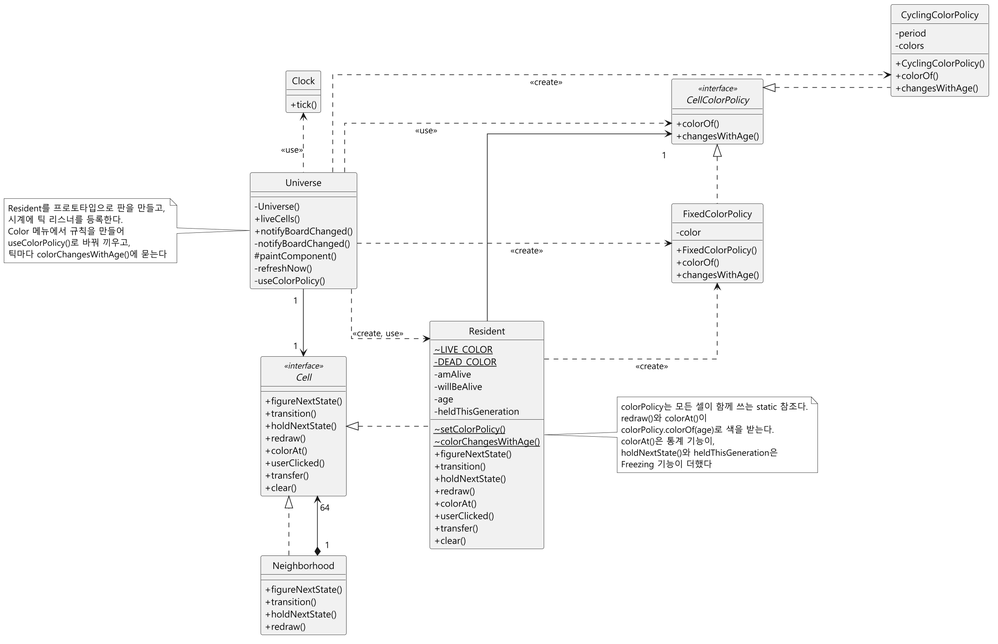
The PlantUML diagram docs/color-gen/diagrams/class-after.png in mckimR1972/DP_team_project, before a commit.
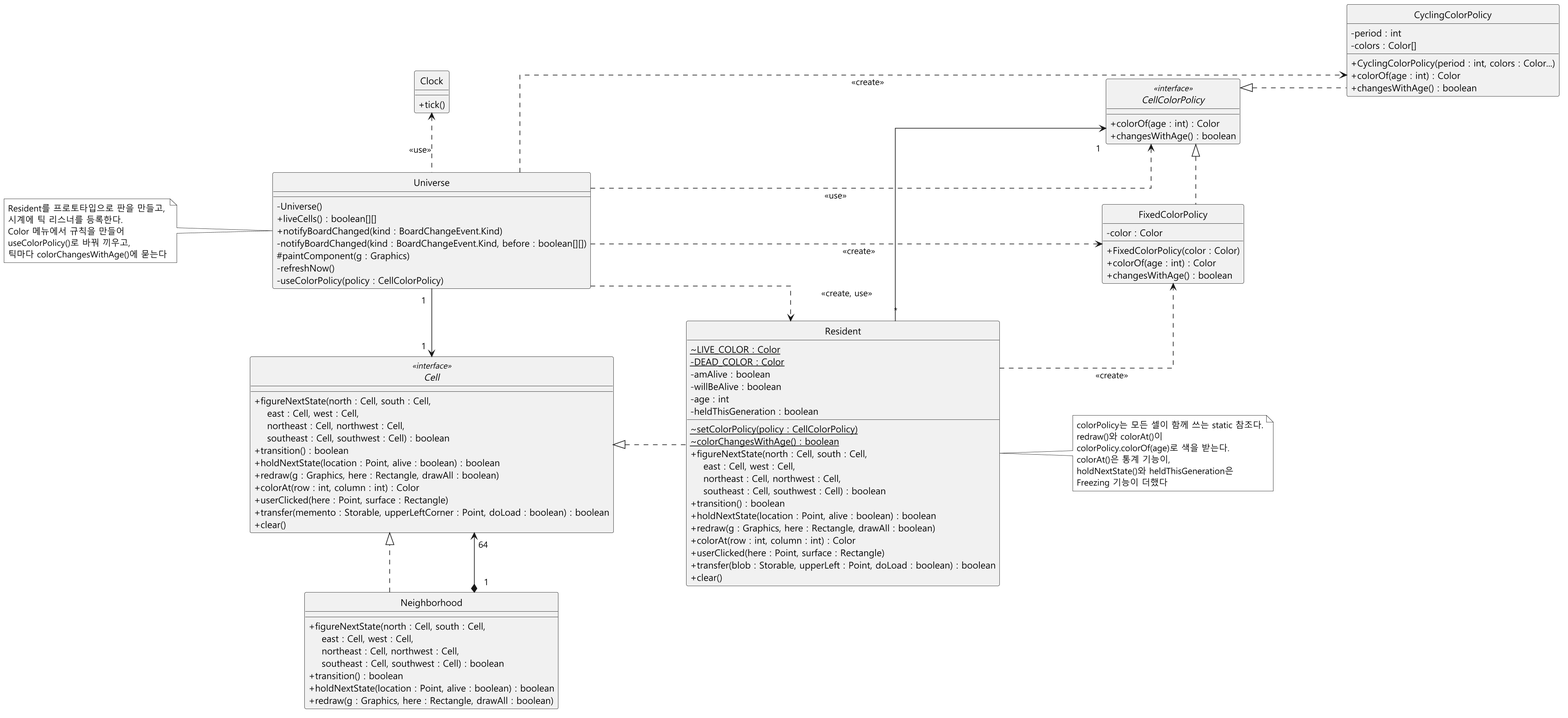
After the commit.

Commit message:
docs: 클래스 다이어그램 멤버에 타입과 다중성을 적고 원본 기준을 Holub 코드로 바꾸며 원본 시퀀스 다이어그램에 transition() 오류 노트를 더함

Change to the diagram source:
```diff
@@ -11,70 +11,70 @@
 skinparam nodesep 90
 
 interface Cell <<interface>> {
-  + figureNextState()
-  + transition()
-  + holdNextState()
-  + redraw()
-  + colorAt()
-  + userClicked()
-  + transfer()
+  + figureNextState(north : Cell, south : Cell,\n    east : Cell, west : Cell,\n    northeast : Cell, northwest : Cell,\n    southeast : Cell, southwest : Cell) : boolean
+  + transition() : boolean
+  + holdNextState(location : Point, alive : boolean) : boolean
+  + redraw(g : Graphics, here : Rectangle, drawAll : boolean)
+  + colorAt(row : int, column : int) : Color
+  + userClicked(here : Point, surface : Rectangle)
+  + transfer(memento : Storable, upperLeftCorner : Point, doLoad : boolean) : boolean
   + clear()
 }
 
 class Neighborhood {
-  + figureNextState()
-  + transition()
-  + holdNextState()
-  + redraw()
+  + figureNextState(north : Cell, south : Cell,\n    east : Cell, west : Cell,\n    northeast : Cell, northwest : Cell,\n    southeast : Cell, southwest : Cell) : boolean
+  + transition() : boolean
+  + holdNextState(location : Point, alive : boolean) : boolean
+  + redraw(g : Graphics, here : Rectangle, drawAll : boolean)
 }
 
 class Resident {
-  ~ {static} LIVE_COLOR
-  - {static} DEAD_COLOR
-  - amAlive
-  - willBeAlive
-  - age
-  - heldThisGeneration
-  ~ {static} setColorPolicy()
-  ~ {static} colorChangesWithAge()
-  + figureNextState()
-  + transition()
-  + holdNextState()
-  + redraw()
-  + colorAt()
-  + userClicked()
-  + transfer()
+  ~ {static} LIVE_COLOR : Color
+  - {static} DEAD_COLOR : Color
+  - amAlive : boolean
+  - willBeAlive : boolean
+  - age : int
+  - heldThisGeneration : boolean
+  ~ {static} setColorPolicy(policy : CellColorPolicy)
+  ~ {static} colorChangesWithAge() : boolean
+  + figureNextState(north : Cell, south : Cell,\n    east : Cell, west : Cell,\n    northeast : Cell, northwest : Cell,\n    southeast : Cell, southwest : Cell) : boolean
+  + transition() : boolean
+  + holdNextState(location : Point, alive : boolean) : boolean
+  + redraw(g : Graphics, here : Rectangle, drawAll : boolean)
+  + colorAt(row : int, column : int) : Color
+  + userClicked(here : Point, surface : Rectangle)
+  + transfer(blob : Storable, upperLeft : Point, doLoad : boolean) : boolean
   + clear()
 }
 
 interface CellColorPolicy <<interface>> {
-  + colorOf()
-  + changesWithAge()
+  + colorOf(age : int) : Color
+  + changesWithAge() : boolean
 }
 
 class FixedColorPolicy {
-  - color
-  + FixedColorPolicy()
-  + colorOf()
-  + changesWithAge()
+  - color : Color
+  + FixedColorPolicy(color : Color)
+  + colorOf(age : int) : Color
+  + changesWithAge() : boolean
 }
 
 class CyclingColorPolicy {
-  - period
-  - colors
-  + CyclingColorPolicy()
-  + colorOf()
-  + changesWithAge()
+  - period : int
+  - colors : Color[]
+  + CyclingColorPolicy(period : int, colors : Color...)
+  + colorOf(age : int) : Color
+  + changesWithAge() : boolean
 }
 
 class Universe {
   - Universe()
-  + liveCells()
-  + notifyBoardChanged()
-  - notifyBoardChanged()
-  # paintComponent()
+  + liveCells() : boolean[][]
+  + notifyBoardChanged(kind : BoardChangeEvent.Kind)
+  - notifyBoardChanged(kind : BoardChangeEvent.Kind, before : boolean[][])
+  # paintComponent(g : Graphics)
   - refreshNow()
-  - useColorPolicy()
+  - useColorPolicy(policy : CellColorPolicy)
 }
 
 class Clock {
@@ -89,7 +89,7 @@
 Universe ..> Resident : <U+2003><U+2003><U+2003><U+2003><U+2003><U+2003><U+2003><U+2003><U+2003><U+2003><U+2003><U+2003><U+2003><<create, use>>
 CellColorPolicy <|.right. FixedColorPolicy
 CellColorPolicy <|.. CyclingColorPolicy
-Resident --> "\n1" CellColorPolicy
+Resident "*" --> "\n1" CellColorPolicy
 Universe ..> FixedColorPolicy : <U+2003><U+2003><U+2003><U+2003><U+2003><U+2003><U+2003><U+2003><U+2003><U+2003><<create>>
 Universe ..> CyclingColorPolicy : <<create>>
 Resident ..> FixedColorPolicy : <<create>>
```
